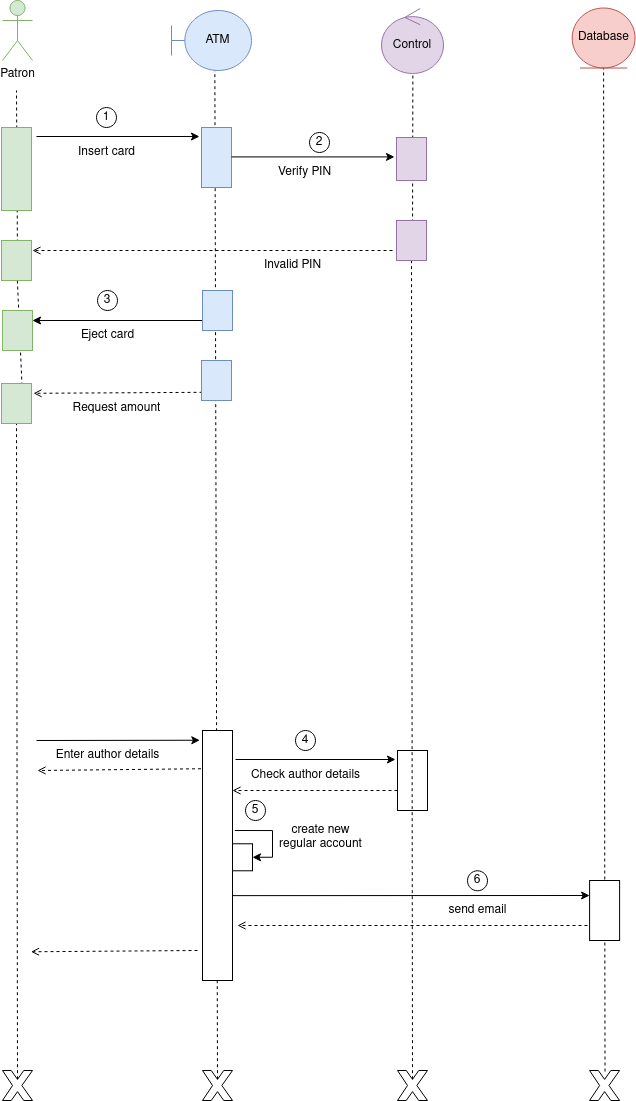
Chugani05/entorno_de_desarrollo keeps this draw.io diagram as diagramas/Diagrama de secuencia cajero automatico.png. Above is the earlier version. Source tidied: cells renumbered, new cells last; positions are measured from the earlier drawing's top-left corner, leaving out a move shared by most shapes.
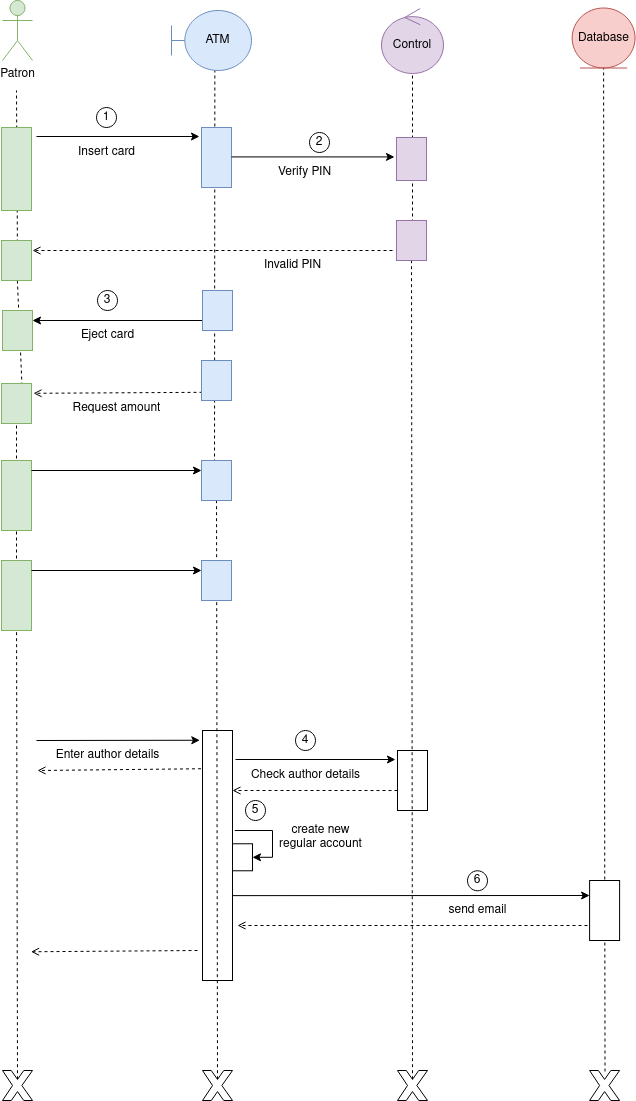
After the change.

The edit, as a diff of the source:
```diff
@@ -86,8 +86,10 @@
     <mxCell id="22" style="verticalLabelPosition=bottom;verticalAlign=top;html=1;shape=mxgraph.basic.x;" parent="1" vertex="1">
       <mxGeometry x="1" y="1070" width="30" height="30" as="geometry" />
     </mxCell>
-    <mxCell id="23" style="endArrow=none;dashed=1;html=1;rounded=0;exitX=0.5;exitY=0.29;exitDx=0;exitDy=0;exitPerimeter=0;verticalAlign=bottom;entryX=0.542;entryY=0.997;entryDx=0;entryDy=0;entryPerimeter=0;" parent="1" edge="1" source="21" target="40">
-      <mxGeometry relative="1" as="geometry" />
+    <mxCell id="23" style="endArrow=none;dashed=1;html=1;rounded=0;verticalAlign=bottom;entryX=0.542;entryY=0.997;entryDx=0;entryDy=0;entryPerimeter=0;" parent="1" edge="1" target="40">
+      <mxGeometry relative="1" as="geometry">
+        <mxPoint x="213" y="480" as="sourcePoint" />
+      </mxGeometry>
     </mxCell>
     <mxCell id="24" style="rounded=0;whiteSpace=wrap;html=1;direction=south;gradientColor=none;fillColor=default;horizontal=1;verticalAlign=top;labelPosition=left;verticalLabelPosition=top;align=right;" parent="1" vertex="1">
       <mxGeometry x="201" y="730" width="30" height="250" as="geometry" />
@@ -201,8 +203,10 @@
     <mxCell id="54" style="rounded=0;whiteSpace=wrap;html=1;direction=south;verticalAlign=top;fillColor=#dae8fc;strokeColor=#6c8ebf;" parent="1" vertex="1">
       <mxGeometry x="200" y="360" width="30" height="40" as="geometry" />
     </mxCell>
-    <mxCell id="55" style="endArrow=none;dashed=1;html=1;rounded=0;exitX=0.5;exitY=0.29;exitDx=0;exitDy=0;exitPerimeter=0;" parent="1" edge="1" source="22" target="56">
-      <mxGeometry relative="1" as="geometry" />
+    <mxCell id="55" style="endArrow=none;dashed=1;html=1;rounded=0;" parent="1" edge="1" target="56">
+      <mxGeometry relative="1" as="geometry">
+        <mxPoint x="15" y="500" as="sourcePoint" />
+      </mxGeometry>
     </mxCell>
     <mxCell id="56" style="rounded=0;whiteSpace=wrap;html=1;direction=south;verticalAlign=top;fillColor=#d5e8d4;strokeColor=#82b366;" parent="1" vertex="1">
       <mxGeometry y="383" width="30" height="40" as="geometry" />
@@ -210,5 +214,40 @@
     <mxCell id="57" value="Request amount" style="text;html=1;align=center;verticalAlign=middle;strokeColor=none;fillColor=none;" parent="1" vertex="1">
       <mxGeometry x="60" y="393" width="110" height="30" as="geometry" />
     </mxCell>
+    <mxCell id="58" style="endArrow=none;dashed=1;html=1;rounded=0;exitX=0.5;exitY=0.29;exitDx=0;exitDy=0;exitPerimeter=0;" parent="1" edge="1" source="22" target="61">
+      <mxGeometry relative="1" as="geometry" />
+    </mxCell>
+    <mxCell id="59" style="endArrow=none;dashed=1;html=1;rounded=0;" parent="1" edge="1" target="60">
+      <mxGeometry relative="1" as="geometry">
+        <mxPoint x="15" y="600" as="sourcePoint" />
+      </mxGeometry>
+    </mxCell>
+    <mxCell id="60" style="rounded=0;whiteSpace=wrap;html=1;direction=south;verticalAlign=top;fillColor=#d5e8d4;strokeColor=#82b366;" parent="1" vertex="1">
+      <mxGeometry y="460" width="30" height="70" as="geometry" />
+    </mxCell>
+    <mxCell id="61" style="rounded=0;whiteSpace=wrap;html=1;direction=south;verticalAlign=top;fillColor=#d5e8d4;strokeColor=#82b366;" parent="1" vertex="1">
+      <mxGeometry y="560" width="30" height="70" as="geometry" />
+    </mxCell>
+    <mxCell id="62" style="endArrow=none;dashed=1;html=1;rounded=0;exitX=0.5;exitY=0.29;exitDx=0;exitDy=0;exitPerimeter=0;verticalAlign=bottom;" parent="1" edge="1" source="21" target="63">
+      <mxGeometry relative="1" as="geometry" />
+    </mxCell>
+    <mxCell id="63" style="rounded=0;whiteSpace=wrap;html=1;direction=south;verticalAlign=top;fillColor=#dae8fc;strokeColor=#6c8ebf;" parent="1" vertex="1">
+      <mxGeometry x="200" y="460" width="30" height="40" as="geometry" />
+    </mxCell>
+    <mxCell id="64" style="rounded=0;whiteSpace=wrap;html=1;direction=south;verticalAlign=top;fillColor=#dae8fc;strokeColor=#6c8ebf;" parent="1" vertex="1">
+      <mxGeometry x="200" y="560" width="30" height="40" as="geometry" />
+    </mxCell>
+    <mxCell id="65" style="endArrow=classic;html=1;rounded=0;exitX=0.25;exitY=0;exitDx=0;exitDy=0;entryX=0.15;entryY=1.067;entryDx=0;entryDy=0;entryPerimeter=0;endFill=1;startArrow=none;startFill=0;" parent="1" edge="1">
+      <mxGeometry relative="1" as="geometry">
+        <mxPoint x="30" y="470" as="sourcePoint" />
+        <mxPoint x="200" y="470" as="targetPoint" />
+      </mxGeometry>
+    </mxCell>
+    <mxCell id="66" style="endArrow=classic;html=1;rounded=0;exitX=0.25;exitY=0;exitDx=0;exitDy=0;entryX=0.15;entryY=1.067;entryDx=0;entryDy=0;entryPerimeter=0;endFill=1;startArrow=none;startFill=0;" parent="1" edge="1">
+      <mxGeometry relative="1" as="geometry">
+        <mxPoint x="30" y="570" as="sourcePoint" />
+        <mxPoint x="200" y="570" as="targetPoint" />
+      </mxGeometry>
+    </mxCell>
   </root>
 </mxGraphModel>
```
